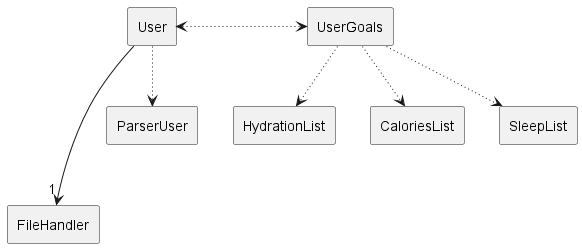
The PlantUML diagram docs/assets/user.png in AY2324S2-CS2113-F15-2/tp, before a commit. The source it was exported from:
```plantuml
@startuml

rectangle User

rectangle FileHandler

rectangle ParserUser

rectangle UserGoals

rectangle HydrationList
rectangle CaloriesList
rectangle SleepList

User ---> "1" FileHandler
User --[dotted]> ParserUser

User <-[dotted]> UserGoals

UserGoals --[dotted]> HydrationList
UserGoals --[dotted]> CaloriesList
UserGoals --[dotted]> SleepList

@enduml
```
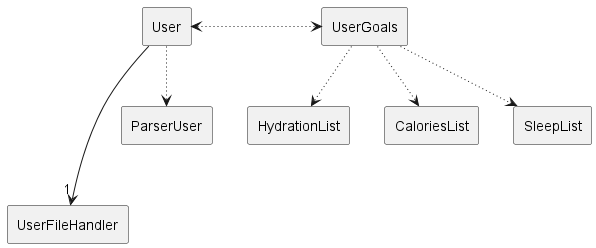
Later version of the same file.

Change to the diagram source:
```diff
@@ -2,7 +2,7 @@
 
 rectangle User
 
-rectangle FileHandler
+rectangle UserFileHandler
 
 rectangle ParserUser
 
@@ -12,7 +12,7 @@
 rectangle CaloriesList
 rectangle SleepList
 
-User ---> "1" FileHandler
+User ---> "1" UserFileHandler
 User --[dotted]> ParserUser
 
 User <-[dotted]> UserGoals
```
